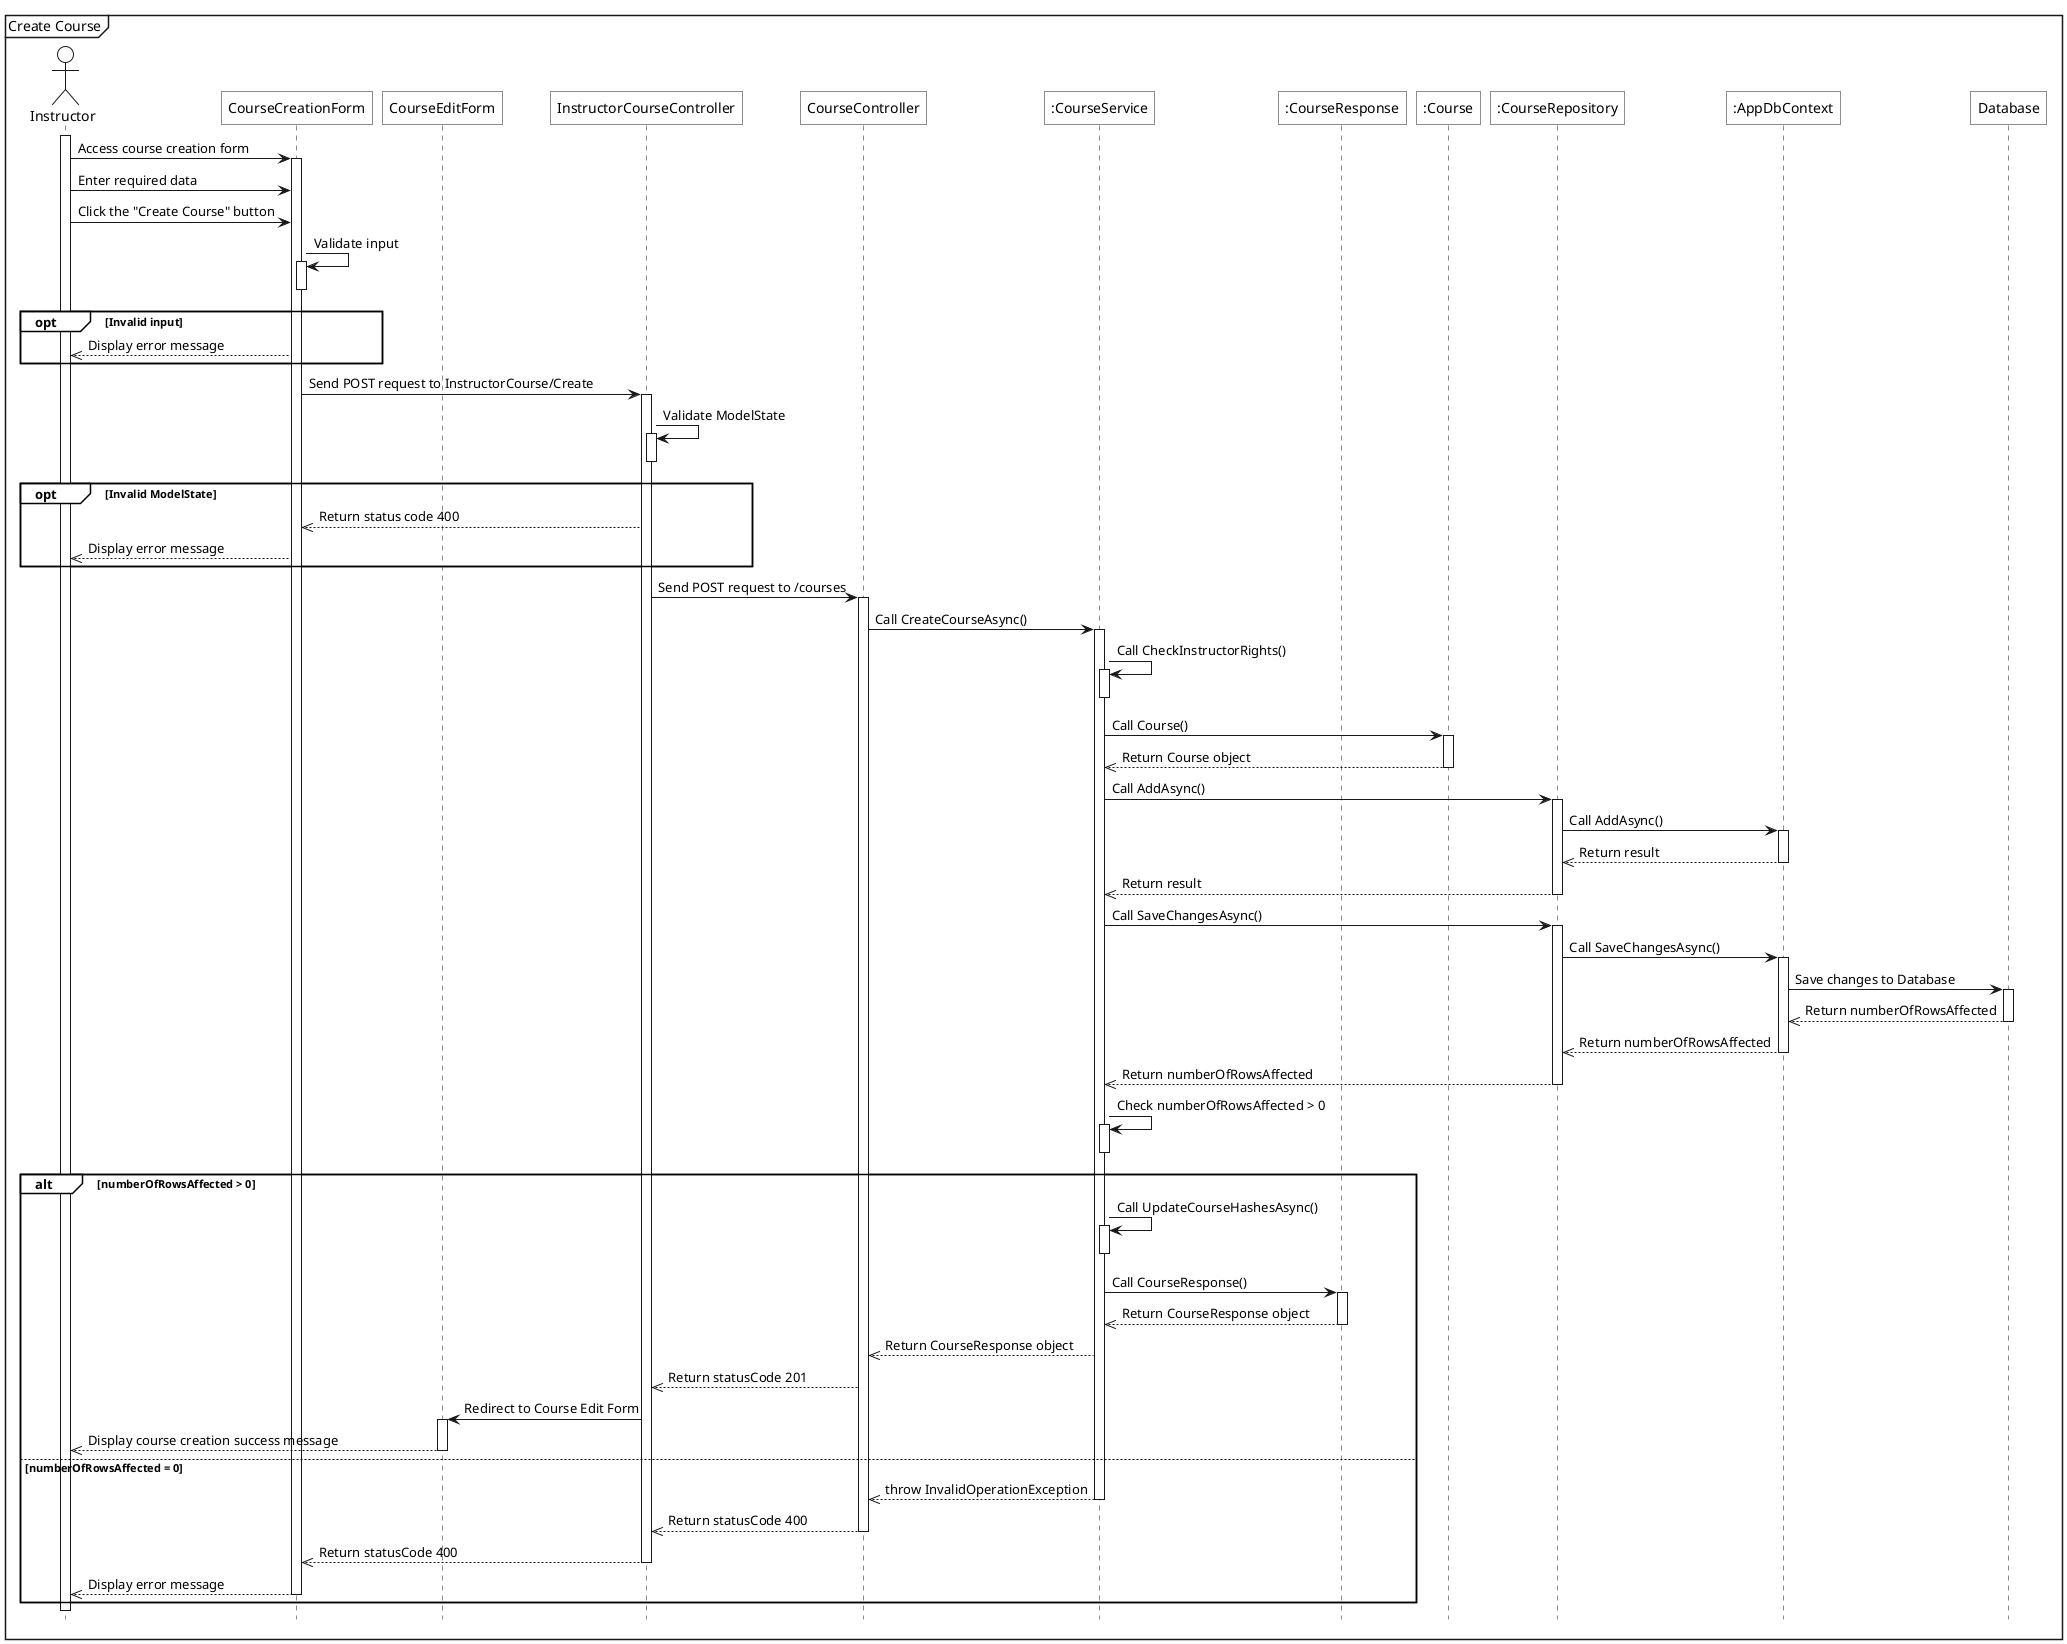
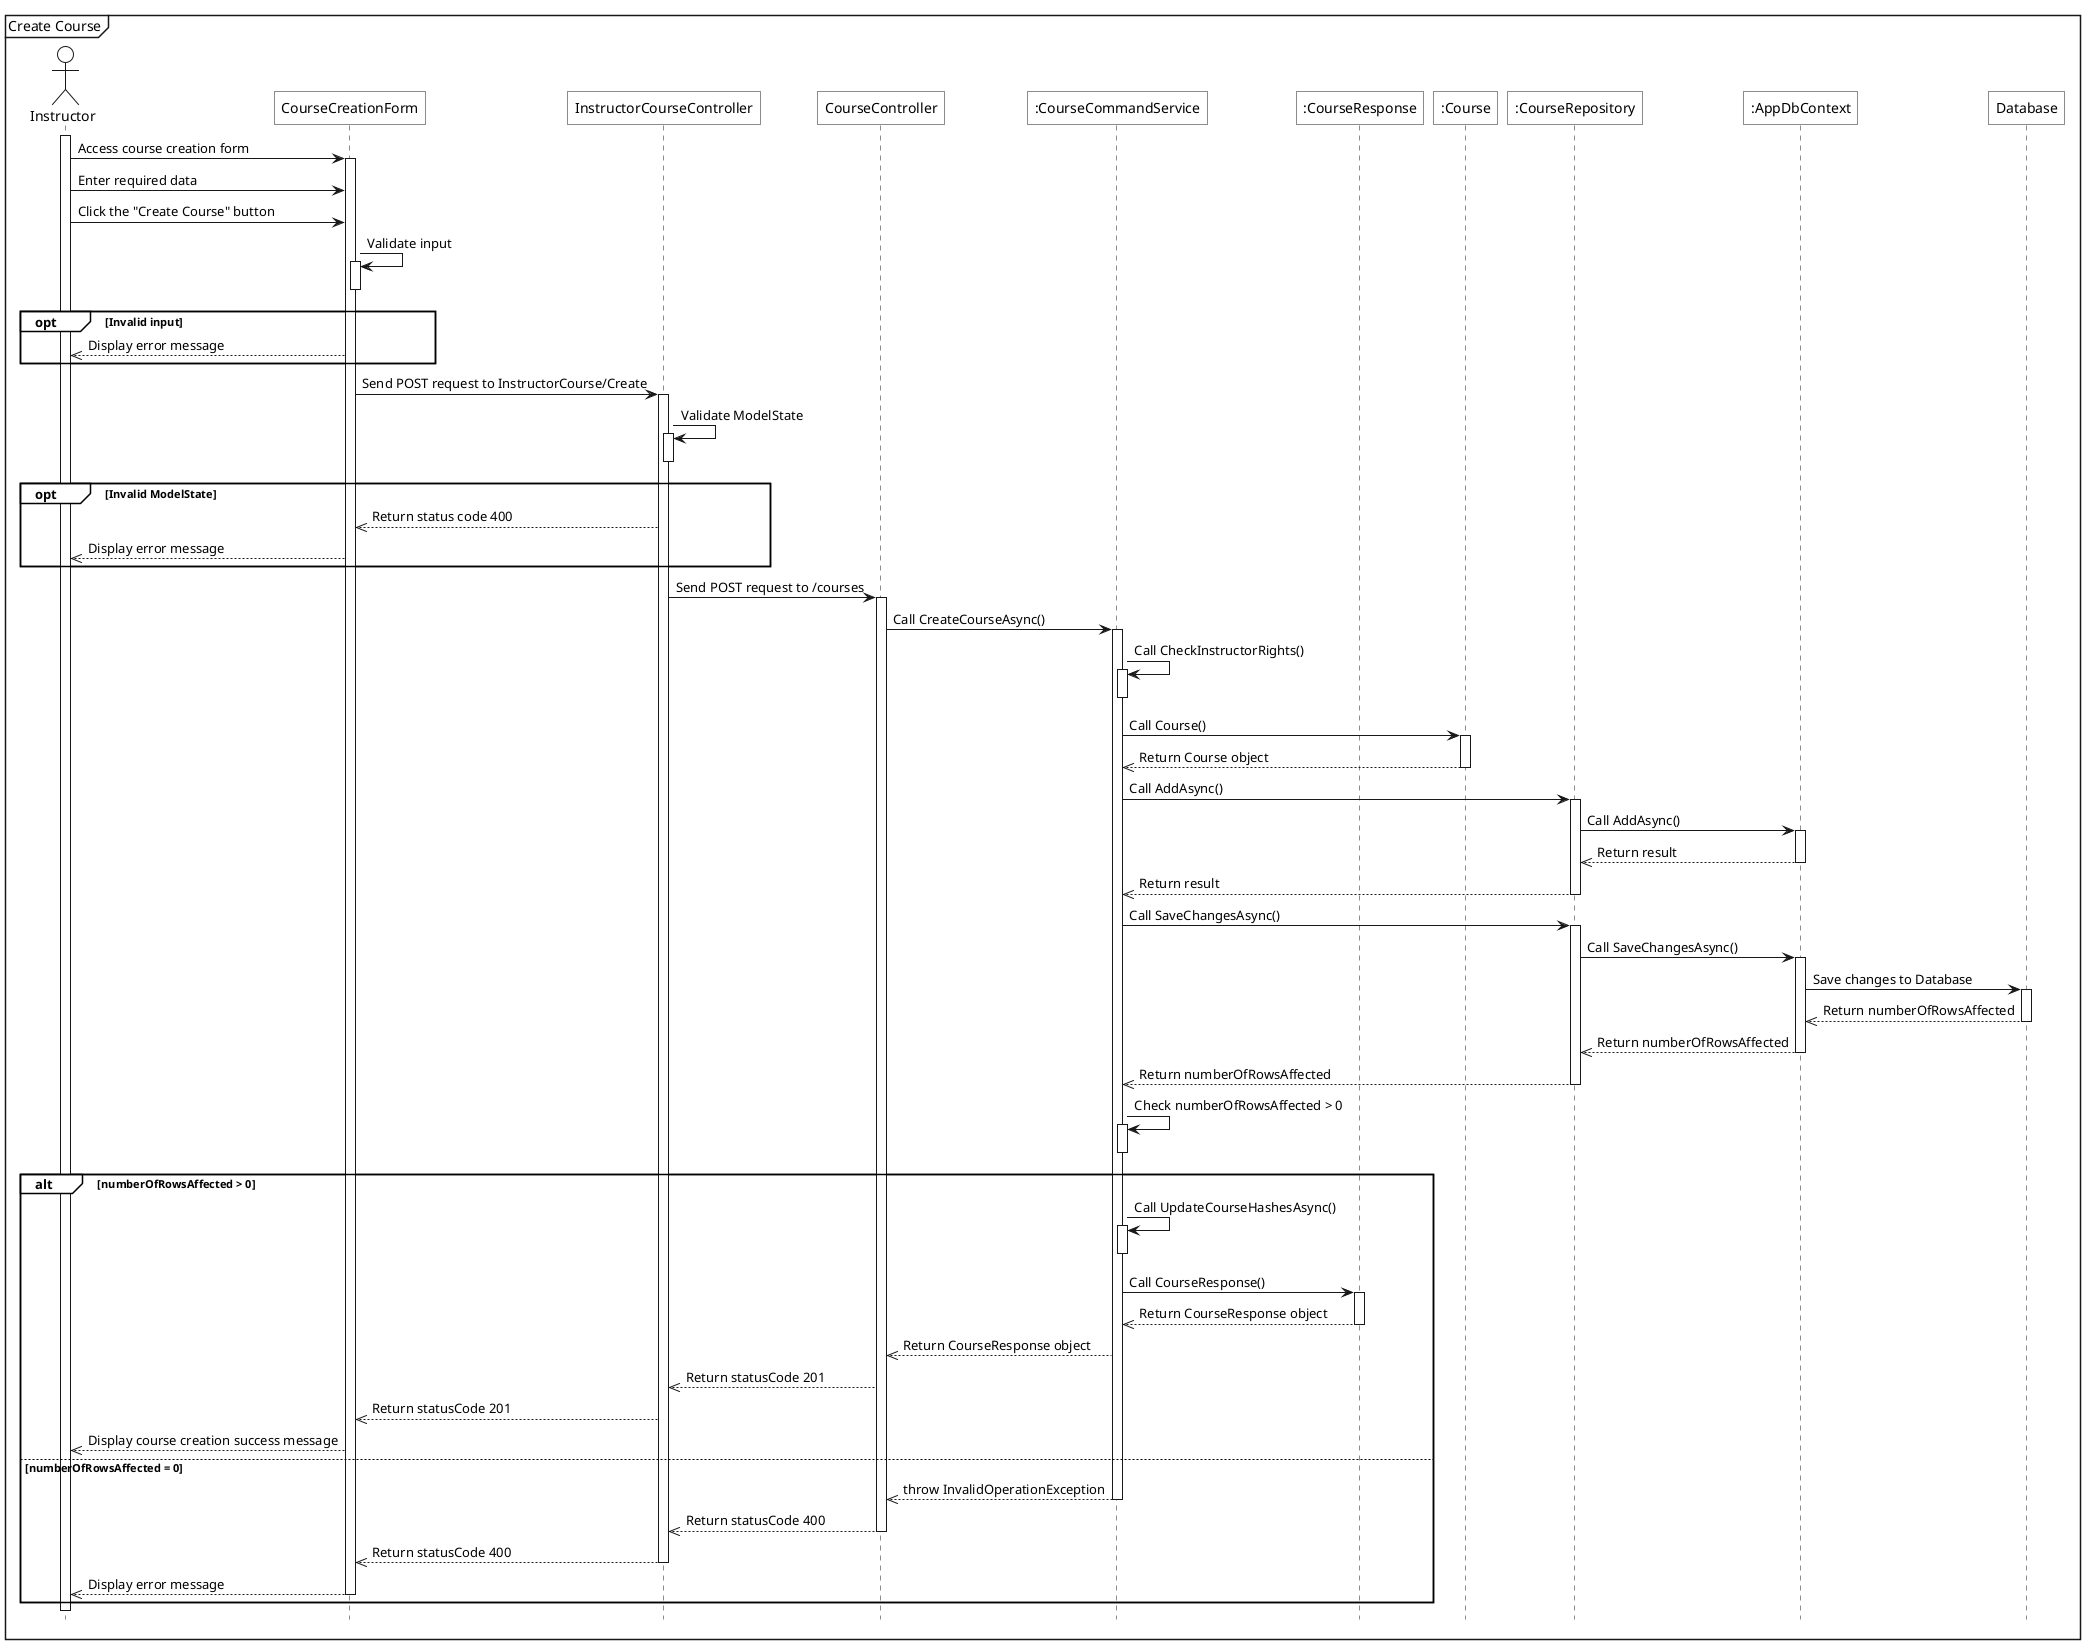
@startuml
<style>
    sequenceDiagram{
        actor{
            BackgroundColor white
            LineThickness 1.0
        }
        participant{
            BackgroundColor white
            RoundCorner 0
        }
        database{
            BackgroundColor white
        }
        groupHeader{
            BackgroundColor white
        }
        referenceHeader{
            BackgroundColor white
        }
        reference{
            BackgroundColor white
        }
    }
</style>

hide footbox

mainframe Create Course
actor Instructor as act

participant "CourseCreationForm" as view
- participant "CourseEditForm" as r_view
+ 
participant "InstructorCourseController" as fe_ctrl
participant "CourseController" as be_ctrl
- ' participant ":CreateCourseViewModel" as v_model
- ' participant ":CourseCreateRequest" as req

- participant ":CourseService" as sv
+ 
+ 
+ participant ":CourseCommandService" as sv
participant ":CourseResponse" as res
participant ":Course" as ett

participant ":CourseRepository" as repo
participant ":AppDbContext" as ctx

participant Database as db

act++
act->view++:Access course creation form
act->view:Enter required data
act->view:Click the "Create Course" button
view->view++:Validate input
view--
group opt [Invalid input]
    view-->>act:Display error message
end

view->fe_ctrl++:Send POST request to InstructorCourse/Create
fe_ctrl->fe_ctrl++: Validate ModelState
fe_ctrl--
group opt [Invalid ModelState]
    fe_ctrl-->>view: Return status code 400
    view-->>act:Display error message
end
fe_ctrl->be_ctrl++: Send POST request to /courses
be_ctrl -> sv++: Call CreateCourseAsync()
sv -> sv++: Call CheckInstructorRights()
sv--



sv -> ett++: Call Course()
ett -->>sv--: Return Course object
sv -> repo++: Call AddAsync()
repo->ctx++: Call AddAsync()
ctx-->>repo--: Return result
repo -->> sv--: Return result
sv -> repo++: Call SaveChangesAsync()
repo->ctx++: Call SaveChangesAsync()
ctx->db++: Save changes to Database
db-->>ctx--: Return numberOfRowsAffected
ctx-->>repo--: Return numberOfRowsAffected
repo -->> sv--: Return numberOfRowsAffected
sv->sv++:Check numberOfRowsAffected > 0
sv--
alt numberOfRowsAffected > 0
    sv -> sv++: Call UpdateCourseHashesAsync()
    sv--
    sv -> res++: Call CourseResponse()
    res -->> sv--: Return CourseResponse object
    sv -->>  be_ctrl: Return CourseResponse object
    be_ctrl -->> fe_ctrl:Return statusCode 201
-     fe_ctrl -> r_view++: Redirect to Course Edit Form
- 
-     r_view -->> act--: Display course creation success message
+     fe_ctrl -->> view: Return statusCode 201
+     view -->> act: Display course creation success message
else numberOfRowsAffected = 0
    sv-->>be_ctrl--:throw InvalidOperationException
    be_ctrl -->> fe_ctrl--:Return statusCode 400
    fe_ctrl -->> view--: Return statusCode 400
    view -->> act --: Display error message
end

@enduml